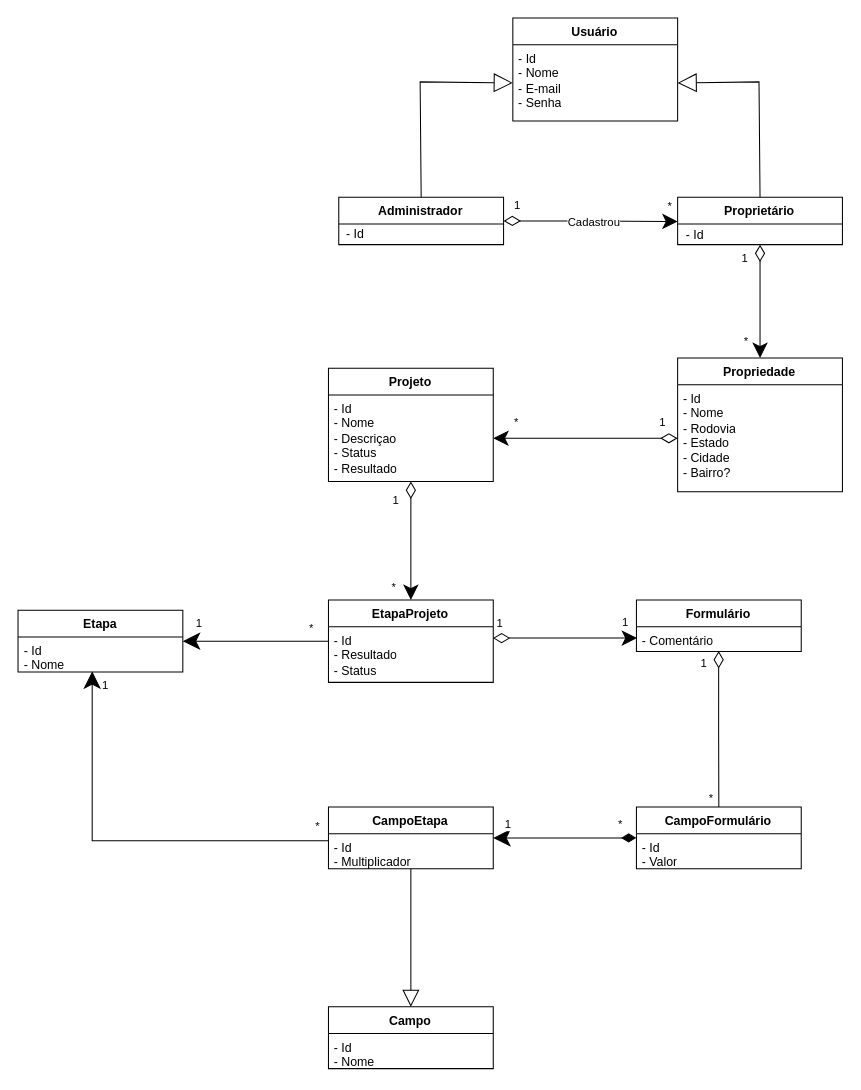
This is Trabalho final/4 - MC/Modelo conceitual.drawio from ViniciusKurek/CalculadoraAPS, a draw.io file, before an edit. Source tidied: cells renumbered, new cells numbered last; positions are measured from the earlier drawing's top-left corner, leaving out a move shared by most shapes. Both pictures are drawn from the tidied source at 103%, with x=0, y=0 at pixel (18, 18).
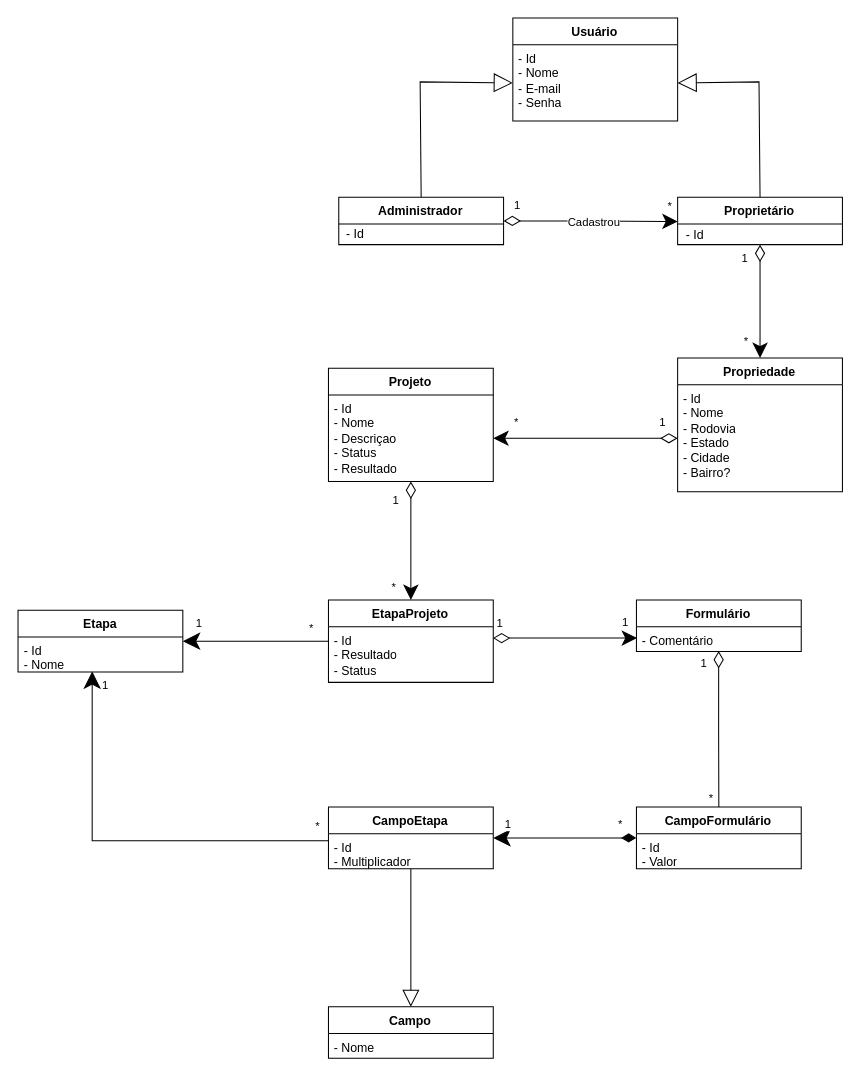
The same diagram, later.

Diff of the diagram source:
```diff
@@
     <mxCell id="18" value="Campo" style="swimlane;fontStyle=1;align=center;verticalAlign=top;horizontal=1;startSize=26;whiteSpace=wrap;html=1;" parent="1" vertex="1">
-      <mxGeometry x="301.4" y="960" width="160" height="60" as="geometry" />
+      <mxGeometry x="301.4" y="960" width="160" height="50" as="geometry" />
     </mxCell>
-    <mxCell id="19" value="- Id&lt;br&gt;- Nome" style="text;strokeColor=none;fillColor=none;align=left;verticalAlign=top;spacingLeft=4;spacingRight=4;overflow=hidden;whiteSpace=wrap;html=1;" parent="18" vertex="1">
-      <mxGeometry y="26" width="160" height="34" as="geometry" />
+    <mxCell id="19" value="- Nome" style="text;strokeColor=none;fillColor=none;align=left;verticalAlign=top;spacingLeft=4;spacingRight=4;overflow=hidden;whiteSpace=wrap;html=1;" parent="18" vertex="1">
+      <mxGeometry y="26" width="160" height="24" as="geometry" />
     </mxCell>
```
